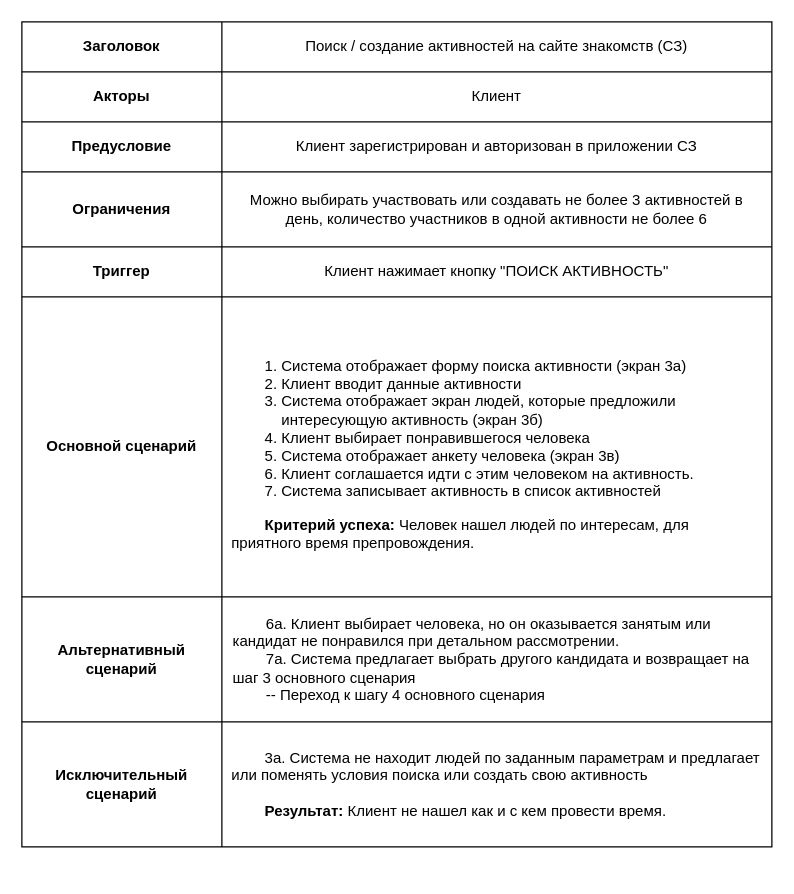
Before: Kolykhalova_Elena/task_03_User_Case.drawio in abdullahproff/BSA21_1, a draw.io diagram. Source tidied: cells renumbered, new cells numbered last; positions are measured from the earlier drawing's top-left corner, leaving out a move shared by most shapes. Both pictures are drawn from the tidied source at 125%, with x=0, y=0 at pixel (21, 21).
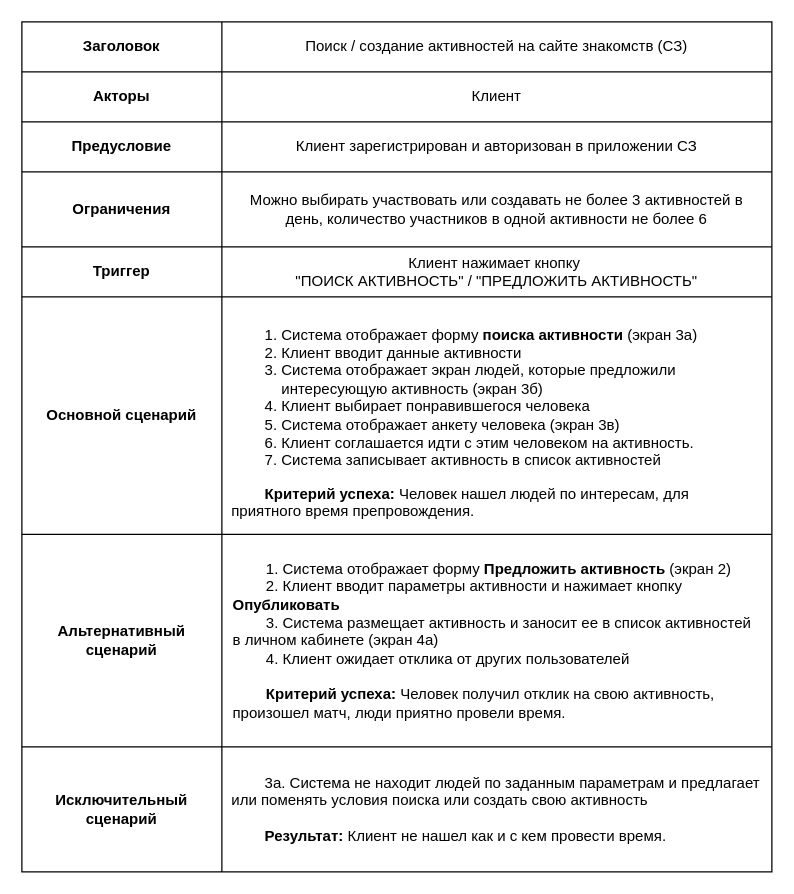
The same page after the edit.

Commit message (it also covers changes not shown here):
ref task_03

Unchanged cells that the change refers to:
```xml
<mxCell id="15" style="shape=tableRow;horizontal=0;startSize=0;swimlaneHead=0;swimlaneBody=0;strokeColor=inherit;top=0;left=0;bottom=0;right=0;fillColor=none;" parent="2" vertex="1">
  <mxGeometry y="180" width="600" height="40" as="geometry" />
</mxCell>
```

The edit, as a diff of the source:
```diff
@@
     <mxCell id="2" style="shape=table;startSize=0;childLayout=tableLayout;" parent="1" vertex="1">
-      <mxGeometry width="600" height="660" as="geometry" />
+      <mxGeometry width="600" height="680" as="geometry" />
     </mxCell>
@@
-    <mxCell id="17" value="Клиент нажимает кнопку &quot;ПОИСК АКТИВНОСТЬ&quot;" style="shape=partialRectangle;html=1;whiteSpace=wrap;strokeColor=inherit;overflow=hidden;fillColor=none;top=0;left=0;bottom=0;right=0;spacingLeft=7;spacingRight=7;" parent="15" vertex="1">
+    <mxCell id="17" value="Клиент нажимает кнопку&amp;nbsp;&lt;div&gt;&quot;ПОИСК АКТИВНОСТЬ&quot; / &quot;ПРЕДЛОЖИТЬ АКТИВНОСТЬ&quot;&lt;/div&gt;" style="shape=partialRectangle;html=1;whiteSpace=wrap;strokeColor=inherit;overflow=hidden;fillColor=none;top=0;left=0;bottom=0;right=0;spacingLeft=7;spacingRight=7;" parent="15" vertex="1">
       <mxGeometry x="160" width="440" height="40" as="geometry" />
     </mxCell>
     <mxCell id="18" style="shape=tableRow;horizontal=0;startSize=0;swimlaneHead=0;swimlaneBody=0;strokeColor=inherit;top=0;left=0;bottom=0;right=0;fillColor=none;" parent="2" vertex="1">
-      <mxGeometry y="220" width="600" height="240" as="geometry" />
+      <mxGeometry y="220" width="600" height="190" as="geometry" />
     </mxCell>
     <mxCell id="19" value="&lt;b&gt;Основной сценарий&lt;/b&gt;" style="shape=partialRectangle;html=1;whiteSpace=wrap;strokeColor=inherit;overflow=hidden;fillColor=none;top=0;left=0;bottom=0;right=0;" parent="18" vertex="1">
-      <mxGeometry width="160" height="240" as="geometry" />
+      <mxGeometry width="160" height="190" as="geometry" />
     </mxCell>
-    <mxCell id="20" value="&lt;ol style=&quot;text-align: left;&quot;&gt;&lt;li&gt;Система отображает форму поиска активности (экран 3а)&lt;/li&gt;&lt;li&gt;Клиент вводит данные активности&lt;/li&gt;&lt;li&gt;Система отображает экран людей, которые предложили интересующую активность (экран 3б)&lt;/li&gt;&lt;li&gt;Клиент выбирает понравившегося человека&lt;/li&gt;&lt;li&gt;Система отображает анкету человека (экран 3в)&lt;/li&gt;&lt;li&gt;Клиент соглашается идти с этим человеком на активность.&lt;/li&gt;&lt;li&gt;Система записывает активность в список активностей&lt;/li&gt;&lt;/ol&gt;&lt;b style=&quot;background-color: initial;&quot;&gt;&lt;div style=&quot;text-align: left;&quot;&gt;&lt;b style=&quot;background-color: initial;&quot;&gt;&lt;span style=&quot;white-space: pre;&quot;&gt;&#9;&lt;/span&gt;&lt;/b&gt;&lt;b style=&quot;background-color: initial; text-align: center;&quot;&gt;Критерий успеха:&amp;nbsp;&lt;/b&gt;&lt;span style=&quot;background-color: initial; font-weight: normal; text-align: center;&quot;&gt;Человек нашел людей по интересам, для приятного время препровождения.&lt;/span&gt;&lt;/div&gt;&lt;/b&gt;" style="shape=partialRectangle;html=1;whiteSpace=wrap;strokeColor=inherit;overflow=hidden;fillColor=none;top=0;left=0;bottom=0;right=0;spacingLeft=7;spacingRight=7;" parent="18" vertex="1">
-      <mxGeometry x="160" width="440" height="240" as="geometry" />
+    <mxCell id="20" value="&lt;ol style=&quot;text-align: left;&quot;&gt;&lt;li&gt;Система отображает форму &lt;b&gt;поиска активности&lt;/b&gt; (экран 3а)&lt;/li&gt;&lt;li&gt;Клиент вводит данные активности&lt;/li&gt;&lt;li&gt;Система отображает экран людей, которые предложили интересующую активность (экран 3б)&lt;/li&gt;&lt;li&gt;Клиент выбирает понравившегося человека&lt;/li&gt;&lt;li&gt;Система отображает анкету человека (экран 3в)&lt;/li&gt;&lt;li&gt;Клиент соглашается идти с этим человеком на активность.&lt;/li&gt;&lt;li&gt;Система записывает активность в список активностей&lt;/li&gt;&lt;/ol&gt;&lt;b style=&quot;background-color: initial;&quot;&gt;&lt;div style=&quot;text-align: left;&quot;&gt;&lt;b style=&quot;background-color: initial;&quot;&gt;&lt;span style=&quot;white-space: pre;&quot;&gt;&#9;&lt;/span&gt;&lt;/b&gt;&lt;b style=&quot;background-color: initial; text-align: center;&quot;&gt;Критерий успеха:&amp;nbsp;&lt;/b&gt;&lt;span style=&quot;background-color: initial; font-weight: normal; text-align: center;&quot;&gt;Человек нашел людей по интересам, для приятного время препровождения.&lt;/span&gt;&lt;/div&gt;&lt;/b&gt;" style="shape=partialRectangle;html=1;whiteSpace=wrap;strokeColor=inherit;overflow=hidden;fillColor=none;top=0;left=0;bottom=0;right=0;spacingLeft=7;spacingRight=7;" parent="18" vertex="1">
+      <mxGeometry x="160" width="440" height="190" as="geometry" />
     </mxCell>
     <mxCell id="21" style="shape=tableRow;horizontal=0;startSize=0;swimlaneHead=0;swimlaneBody=0;strokeColor=inherit;top=0;left=0;bottom=0;right=0;fillColor=none;" parent="2" vertex="1">
-      <mxGeometry y="460" width="600" height="100" as="geometry" />
+      <mxGeometry y="410" width="600" height="170" as="geometry" />
     </mxCell>
     <mxCell id="22" value="&lt;b&gt;Альтернативный сценарий&lt;/b&gt;" style="shape=partialRectangle;html=1;whiteSpace=wrap;strokeColor=inherit;overflow=hidden;fillColor=none;top=0;left=0;bottom=0;right=0;" parent="21" vertex="1">
-      <mxGeometry width="160" height="100" as="geometry" />
+      <mxGeometry width="160" height="170" as="geometry" />
     </mxCell>
-    <mxCell id="23" value="&lt;span style=&quot;background-color: initial;&quot;&gt;&lt;span style=&quot;white-space: pre;&quot;&gt;&#9;&lt;/span&gt;6а. Клиент выбирает человека, но он оказывается занятым или кандидат не понравился при детальном рассмотрении.&amp;nbsp;&lt;/span&gt;&lt;br&gt;&lt;span style=&quot;background-color: initial;&quot;&gt;&lt;span style=&quot;white-space: pre;&quot;&gt;&#9;&lt;/span&gt;7а. Система предлагает выбрать другого&amp;nbsp;кандидата и возвращает на шаг 3 основного сценария&lt;/span&gt;&lt;br&gt;&lt;span style=&quot;white-space: pre;&quot;&gt;&#9;&lt;/span&gt;-- Переход к шагу 4 основного сценария" style="shape=partialRectangle;html=1;whiteSpace=wrap;strokeColor=inherit;overflow=hidden;fillColor=none;top=0;left=0;bottom=0;right=0;align=left;spacingLeft=7;spacingRight=7;" parent="21" vertex="1">
-      <mxGeometry x="160" width="440" height="100" as="geometry" />
+    <mxCell id="23" value="&lt;span style=&quot;background-color: initial;&quot;&gt;&lt;span style=&quot;white-space: pre;&quot;&gt;&#9;&lt;/span&gt;1. Система отображает форму &lt;b&gt;Предложить активность&lt;/b&gt; (экран 2)&lt;/span&gt;&lt;div&gt;&lt;span style=&quot;background-color: initial;&quot;&gt;&lt;span style=&quot;white-space: pre;&quot;&gt;&#9;&lt;/span&gt;2. Клиент вводит параметры активности и нажимает кнопку &lt;b&gt;Опубликовать&lt;/b&gt;&lt;/span&gt;&lt;/div&gt;&lt;div&gt;&lt;span style=&quot;background-color: initial;&quot;&gt;&lt;span style=&quot;white-space: pre;&quot;&gt;&#9;&lt;/span&gt;3. Система размещает активность и заносит ее в список активностей в личном кабинете (экран 4а)&lt;br&gt;&lt;/span&gt;&lt;/div&gt;&lt;div&gt;&lt;span style=&quot;background-color: initial;&quot;&gt;&lt;span style=&quot;white-space: pre;&quot;&gt;&#9;&lt;/span&gt;4. Клиент ожидает отклика от других пользователей&lt;br&gt;&lt;/span&gt;&lt;/div&gt;&lt;div&gt;&lt;br&gt;&lt;/div&gt;&lt;div&gt;&lt;b style=&quot;background-color: initial; text-align: center;&quot;&gt;&lt;span style=&quot;white-space: pre;&quot;&gt;&#9;&lt;/span&gt;Критерий успеха: &lt;/b&gt;&lt;span style=&quot;background-color: initial; text-align: center;&quot;&gt;Человек получил отклик на свою активность, произошел матч, люди приятно провели время.&lt;/span&gt;&lt;/div&gt;" style="shape=partialRectangle;html=1;whiteSpace=wrap;strokeColor=inherit;overflow=hidden;fillColor=none;top=0;left=0;bottom=0;right=0;align=left;spacingLeft=7;spacingRight=7;" parent="21" vertex="1">
+      <mxGeometry x="160" width="440" height="170" as="geometry" />
     </mxCell>
     <mxCell id="24" style="shape=tableRow;horizontal=0;startSize=0;swimlaneHead=0;swimlaneBody=0;strokeColor=inherit;top=0;left=0;bottom=0;right=0;fillColor=none;" parent="2" vertex="1">
-      <mxGeometry y="560" width="600" height="100" as="geometry" />
+      <mxGeometry y="580" width="600" height="100" as="geometry" />
     </mxCell>
```
